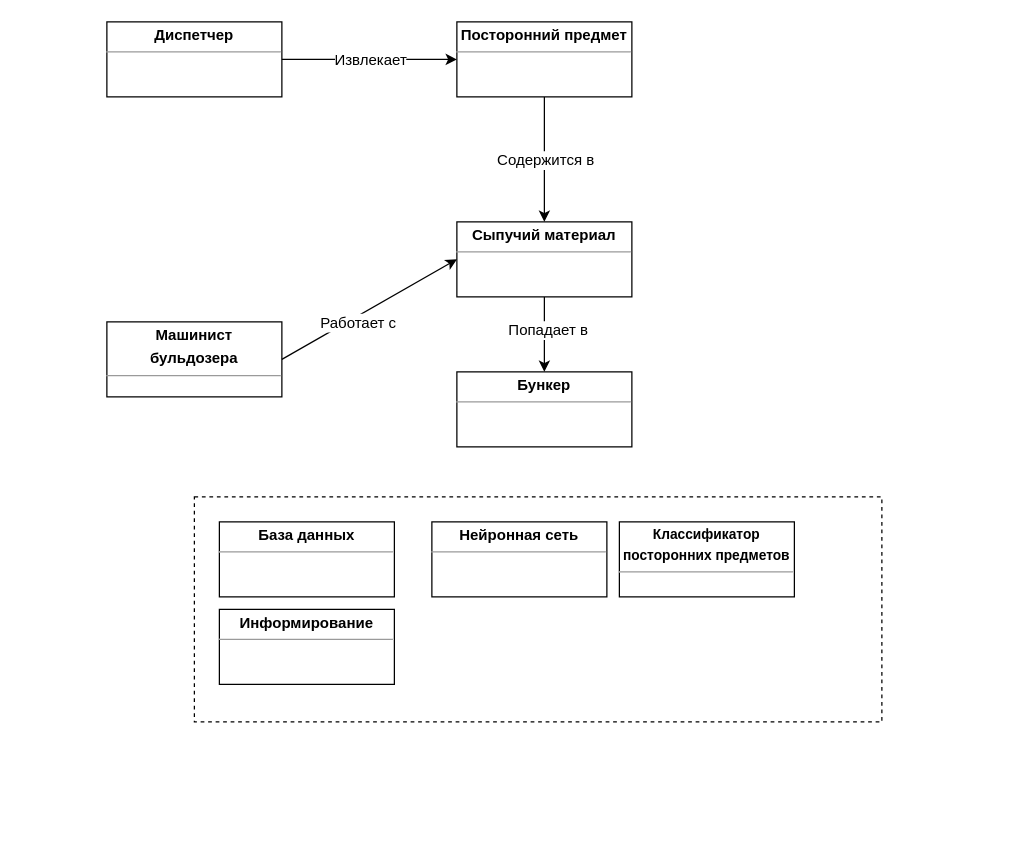
The draw.io diagram DOC/DiagramClassContext.drawio in toshabelof/dissertation, before the edit. Source tidied: cells renumbered, new cells numbered last; positions are measured from the earlier drawing's top-left corner, leaving out a move shared by most shapes. Both pictures are drawn from the tidied source at 125%, with x=0, y=0 at pixel (106, 21).
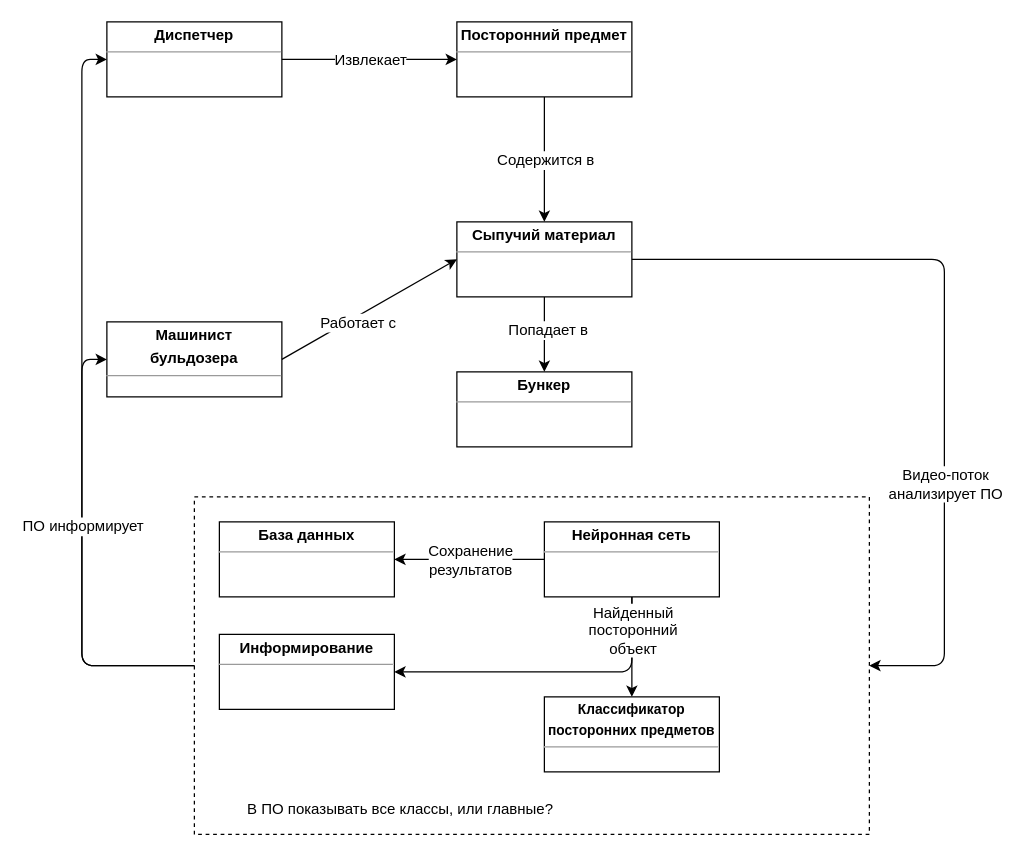
Above is the later version.

Unchanged cells that the change refers to:
```xml
<mxCell id="2" value="&lt;p style=&quot;margin: 0px ; margin-top: 4px ; text-align: center&quot;&gt;&lt;b&gt;Диспетчер&lt;/b&gt;&lt;/p&gt;&lt;hr size=&quot;1&quot;&gt;&lt;div style=&quot;height: 2px&quot;&gt;&lt;/div&gt;" style="verticalAlign=top;align=left;overflow=fill;fontSize=12;fontFamily=Helvetica;html=1;" parent="1" vertex="1">
  <mxGeometry width="140" height="60" as="geometry" />
</mxCell>
<mxCell id="3" value="&lt;p style=&quot;margin: 0px ; margin-top: 4px ; text-align: center&quot;&gt;&lt;b&gt;Машинист&lt;/b&gt;&lt;/p&gt;&lt;p style=&quot;margin: 0px ; margin-top: 4px ; text-align: center&quot;&gt;&lt;b&gt;бульдозера&lt;/b&gt;&lt;/p&gt;&lt;hr size=&quot;1&quot;&gt;&lt;div style=&quot;height: 2px&quot;&gt;&lt;/div&gt;" style="verticalAlign=top;align=left;overflow=fill;fontSize=12;fontFamily=Helvetica;html=1;" parent="1" vertex="1">
  <mxGeometry y="240" width="140" height="60" as="geometry" />
</mxCell>
<mxCell id="6" value="&lt;p style=&quot;margin: 0px ; margin-top: 4px ; text-align: center&quot;&gt;&lt;b&gt;Сыпучий материал&lt;/b&gt;&lt;/p&gt;&lt;hr size=&quot;1&quot;&gt;&lt;div style=&quot;height: 2px&quot;&gt;&lt;/div&gt;" style="verticalAlign=top;align=left;overflow=fill;fontSize=12;fontFamily=Helvetica;html=1;" parent="1" vertex="1">
  <mxGeometry x="280" y="160" width="140" height="60" as="geometry" />
</mxCell>
<mxCell id="16" value="&lt;p style=&quot;margin: 0px ; margin-top: 4px ; text-align: center&quot;&gt;&lt;b&gt;База данных&lt;/b&gt;&lt;/p&gt;&lt;hr size=&quot;1&quot;&gt;&lt;div style=&quot;height: 2px&quot;&gt;&lt;/div&gt;" style="verticalAlign=top;align=left;overflow=fill;fontSize=12;fontFamily=Helvetica;html=1;" parent="1" vertex="1">
  <mxGeometry x="90" y="400" width="140" height="60" as="geometry" />
</mxCell>
```

The edit, as a diff of the source:
```diff
@@
     <mxCell id="15" style="rounded=0;whiteSpace=wrap;html=1;dashed=1;" parent="1" vertex="1">
-      <mxGeometry x="70" y="380" width="550" height="180" as="geometry" />
+      <mxGeometry x="70" y="380" width="540" height="270" as="geometry" />
     </mxCell>
@@
     <mxCell id="17" value="&lt;p style=&quot;margin: 0px ; margin-top: 4px ; text-align: center&quot;&gt;&lt;b&gt;Нейронная сеть&lt;/b&gt;&lt;/p&gt;&lt;hr size=&quot;1&quot;&gt;&lt;div style=&quot;height: 2px&quot;&gt;&lt;/div&gt;" style="verticalAlign=top;align=left;overflow=fill;fontSize=12;fontFamily=Helvetica;html=1;" parent="1" vertex="1">
-      <mxGeometry x="260" y="400" width="140" height="60" as="geometry" />
+      <mxGeometry x="350" y="400" width="140" height="60" as="geometry" />
     </mxCell>
     <mxCell id="18" value="&lt;p style=&quot;margin: 4px 0px 0px ; text-align: center ; font-size: 11px&quot;&gt;&lt;b&gt;&lt;font style=&quot;font-size: 11px&quot;&gt;Классификатор&lt;/font&gt;&lt;/b&gt;&lt;/p&gt;&lt;p style=&quot;margin: 4px 0px 0px ; text-align: center ; font-size: 11px&quot;&gt;&lt;b&gt;&lt;font style=&quot;font-size: 11px&quot;&gt;посторонних&amp;nbsp;&lt;/font&gt;&lt;/b&gt;&lt;b&gt;предметов&lt;/b&gt;&lt;/p&gt;&lt;hr size=&quot;1&quot; style=&quot;font-size: 11px&quot;&gt;&lt;div style=&quot;height: 2px ; font-size: 11px&quot;&gt;&lt;/div&gt;" style="verticalAlign=top;align=left;overflow=fill;fontSize=12;fontFamily=Helvetica;html=1;" parent="1" vertex="1">
-      <mxGeometry x="410" y="400" width="140" height="60" as="geometry" />
+      <mxGeometry x="350" y="540" width="140" height="60" as="geometry" />
     </mxCell>
     <mxCell id="19" value="&lt;p style=&quot;margin: 0px ; margin-top: 4px ; text-align: center&quot;&gt;&lt;b&gt;Информирование&lt;/b&gt;&lt;/p&gt;&lt;hr size=&quot;1&quot;&gt;&lt;div style=&quot;height: 2px&quot;&gt;&lt;/div&gt;" style="verticalAlign=top;align=left;overflow=fill;fontSize=12;fontFamily=Helvetica;html=1;" parent="1" vertex="1">
-      <mxGeometry x="90" y="470" width="140" height="60" as="geometry" />
+      <mxGeometry x="90" y="490" width="140" height="60" as="geometry" />
     </mxCell>
+    <mxCell id="20" value="В ПО показывать все классы, или главные?" style="text;html=1;strokeColor=none;fillColor=none;align=center;verticalAlign=middle;whiteSpace=wrap;rounded=0;" parent="1" vertex="1">
+      <mxGeometry x="80" y="620" width="310" height="20" as="geometry" />
+    </mxCell>
+    <mxCell id="21" style="endArrow=classic;html=1;exitX=0;exitY=0.5;exitDx=0;exitDy=0;entryX=1;entryY=0.5;entryDx=0;entryDy=0;" parent="1" edge="1" source="17" target="16">
+      <mxGeometry relative="1" as="geometry" />
+    </mxCell>
+    <mxCell id="22" value="Сохранение&lt;br&gt;результатов" style="text;html=1;align=center;verticalAlign=middle;labelBackgroundColor=#ffffff;" parent="21" vertex="1">
+      <mxGeometry x="0.17" y="-2" relative="1" as="geometry">
+        <mxPoint x="10" y="2" as="offset" />
+      </mxGeometry>
+    </mxCell>
+    <mxCell id="23" style="endArrow=classic;html=1;entryX=1;entryY=0.5;entryDx=0;entryDy=0;exitX=0.5;exitY=1;exitDx=0;exitDy=0;" parent="1" edge="1" source="17" target="19">
+      <mxGeometry relative="1" as="geometry">
+        <Array as="points">
+          <mxPoint x="420" y="520" />
+          <mxPoint x="300" y="520" />
+        </Array>
+      </mxGeometry>
+    </mxCell>
+    <mxCell id="24" style="endArrow=classic;html=1;exitX=1;exitY=0.5;exitDx=0;exitDy=0;entryX=1;entryY=0.5;entryDx=0;entryDy=0;" parent="1" edge="1" source="6" target="15">
+      <mxGeometry relative="1" as="geometry">
+        <Array as="points">
+          <mxPoint x="670" y="190" />
+          <mxPoint x="670" y="515" />
+        </Array>
+      </mxGeometry>
+    </mxCell>
+    <mxCell id="25" value="Видео-поток&lt;br&gt;анализирует ПО" style="text;html=1;align=center;verticalAlign=middle;labelBackgroundColor=#ffffff;" parent="24" vertex="1">
+      <mxGeometry x="0.35" relative="1" as="geometry" />
+    </mxCell>
+    <mxCell id="26" style="endArrow=classic;html=1;exitX=0;exitY=0.5;exitDx=0;exitDy=0;entryX=0;entryY=0.5;entryDx=0;entryDy=0;" parent="1" edge="1" source="15" target="3">
+      <mxGeometry relative="1" as="geometry">
+        <Array as="points">
+          <mxPoint x="-20" y="515" />
+          <mxPoint x="-20" y="270" />
+        </Array>
+      </mxGeometry>
+    </mxCell>
+    <mxCell id="27" style="endArrow=classic;html=1;exitX=0;exitY=0.5;exitDx=0;exitDy=0;entryX=0;entryY=0.5;entryDx=0;entryDy=0;" parent="1" edge="1" source="15" target="2">
+      <mxGeometry relative="1" as="geometry">
+        <Array as="points">
+          <mxPoint x="-20" y="515" />
+          <mxPoint x="-20" y="30" />
+        </Array>
+      </mxGeometry>
+    </mxCell>
+    <mxCell id="28" value="ПО информирует" style="text;html=1;align=center;verticalAlign=middle;labelBackgroundColor=#ffffff;" parent="27" vertex="1">
+      <mxGeometry x="-0.32" relative="1" as="geometry" />
+    </mxCell>
+    <mxCell id="29" style="endArrow=classic;html=1;entryX=0.5;entryY=0;entryDx=0;entryDy=0;exitX=0.5;exitY=1;exitDx=0;exitDy=0;" parent="1" edge="1" source="17" target="18">
+      <mxGeometry relative="1" as="geometry" />
+    </mxCell>
+    <mxCell id="30" value="Найденный&lt;br&gt;посторонний&lt;br&gt;объект" style="text;html=1;align=center;verticalAlign=middle;labelBackgroundColor=#ffffff;" parent="29" vertex="1">
+      <mxGeometry x="-0.51" relative="1" as="geometry">
+        <mxPoint y="6" as="offset" />
+      </mxGeometry>
+    </mxCell>
```
